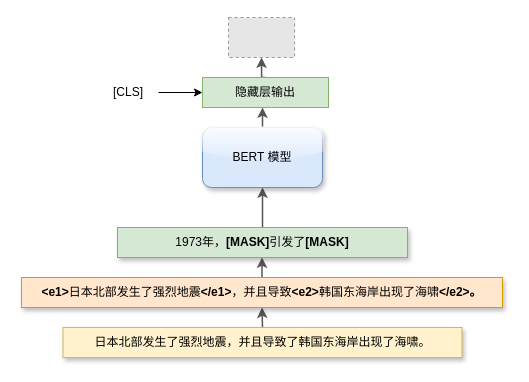
Earlier version of the draw.io diagram page "模糊-Mask" (3 of 14) of 2.drawio (JiaXinLI98/myProject). Source tidied: cells renumbered, new cells numbered last; positions are measured from the earlier drawing's top-left corner, leaving out a move shared by most shapes. Both pictures are drawn from the tidied source at 100%, with x=0, y=0 at pixel (21, 17). Pictures stored in the file or linked from it are replaced by grey dashed boxes.
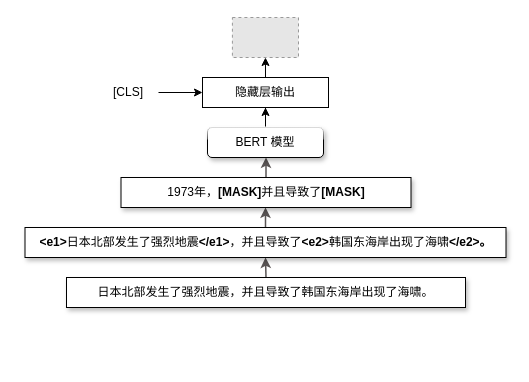
The same diagram, later.

Change to the diagram source:
```diff
@@
 <mxGraphModel>
   <root>
     <mxCell id="0" />
     <mxCell id="1" parent="0" />
     <mxCell id="2" style="edgeStyle=orthogonalEdgeStyle;rounded=0;jettySize=auto;html=1;exitX=0.5;exitY=0;exitDx=0;exitDy=0;entryX=0.5;entryY=1;entryDx=0;entryDy=0;strokeWidth=1.5;strokeColor=#595454;" parent="1" edge="1" source="3" target="5">
       <mxGeometry relative="1" as="geometry" />
     </mxCell>
-    <mxCell id="3" value="日本北部发生了强烈地震，并且导致了韩国东海岸出现了海啸。" style="rounded=0;whiteSpace=wrap;html=1;shadow=1;strokeColor=#d6b656;fillColor=#fff2cc;" parent="1" vertex="1">
-      <mxGeometry x="41.5" y="310" width="399" height="30" as="geometry" />
+    <mxCell id="3" value="日本北部发生了强烈地震，并且导致了韩国东海岸出现了海啸。" style="rounded=0;whiteSpace=wrap;html=1;shadow=1;" parent="1" vertex="1">
+      <mxGeometry x="45" y="260" width="399" height="30" as="geometry" />
     </mxCell>
     <mxCell id="4" style="edgeStyle=orthogonalEdgeStyle;rounded=0;jettySize=auto;html=1;exitX=0.5;exitY=0;exitDx=0;exitDy=0;strokeWidth=1.5;strokeColor=#595454;" parent="1" edge="1" source="5" target="7">
       <mxGeometry relative="1" as="geometry" />
     </mxCell>
-    <mxCell id="5" value="&lt;b&gt;&amp;lt;e1&amp;gt;&lt;/b&gt;日本北部发生了强烈地震&lt;b&gt;&amp;lt;/e1&amp;gt;&lt;/b&gt;，并且导致&lt;b&gt;&amp;lt;e2&amp;gt;&lt;/b&gt;韩国东海岸出现了海啸&lt;b&gt;&amp;lt;/e2&amp;gt;。&lt;/b&gt;" style="rounded=0;whiteSpace=wrap;html=1;shadow=1;strokeColor=#d79b00;fillColor=#ffe6cc;" parent="1" vertex="1">
-      <mxGeometry y="260" width="481" height="30" as="geometry" />
+    <mxCell id="5" value="&lt;b&gt;&amp;lt;e1&amp;gt;&lt;/b&gt;日本北部发生了强烈地震&lt;b&gt;&amp;lt;/e1&amp;gt;&lt;/b&gt;，并且导致了&lt;b&gt;&amp;lt;e2&amp;gt;&lt;/b&gt;韩国东海岸出现了海啸&lt;b&gt;&amp;lt;/e2&amp;gt;。&lt;/b&gt;" style="rounded=0;whiteSpace=wrap;html=1;shadow=1;" parent="1" vertex="1">
+      <mxGeometry x="3.5" y="210" width="481" height="30" as="geometry" />
     </mxCell>
     <mxCell id="6" style="edgeStyle=orthogonalEdgeStyle;rounded=0;jettySize=auto;html=1;entryX=0.5;entryY=1;entryDx=0;entryDy=0;strokeWidth=1.5;strokeColor=#595454;" parent="1" edge="1" source="7" target="9">
       <mxGeometry relative="1" as="geometry" />
     </mxCell>
-    <mxCell id="7" value="1973年，&lt;b&gt;[MASK]&lt;/b&gt;引发了&lt;b&gt;[MASK]&lt;/b&gt;" style="rounded=0;whiteSpace=wrap;html=1;shadow=1;strokeColor=#82b366;fillColor=#d5e8d4;" parent="1" vertex="1">
-      <mxGeometry x="96" y="210" width="290" height="30" as="geometry" />
+    <mxCell id="7" value="1973年，&lt;b&gt;[MASK]&lt;/b&gt;并且导致了&lt;b&gt;[MASK]&lt;/b&gt;" style="rounded=0;whiteSpace=wrap;html=1;shadow=1;" parent="1" vertex="1">
+      <mxGeometry x="99.5" y="160" width="290" height="30" as="geometry" />
     </mxCell>
-    <mxCell id="8" style="edgeStyle=orthogonalEdgeStyle;rounded=0;jettySize=auto;html=1;strokeWidth=1.5;strokeColor=#595454;" parent="1" edge="1" source="9">
-      <mxGeometry relative="1" as="geometry">
-        <mxPoint x="241" y="90" as="targetPoint" />
-      </mxGeometry>
-    </mxCell>
+    <mxCell id="15" style="edgeStyle=orthogonalEdgeStyle;rounded=0;jettySize=auto;html=1;entryX=0.5;entryY=1;entryDx=0;entryDy=0;" parent="1" edge="1" source="9" target="11">
+      <mxGeometry relative="1" as="geometry" />
+    </mxCell>
-    <mxCell id="9" value="BERT 模型" style="rounded=1;whiteSpace=wrap;html=1;glass=1;shadow=1;fillColor=#dae8fc;strokeColor=#6c8ebf;" parent="1" vertex="1">
-      <mxGeometry x="181" y="110" width="120" height="60" as="geometry" />
+    <mxCell id="9" value="BERT 模型" style="rounded=1;whiteSpace=wrap;html=1;glass=1;shadow=1;" parent="1" vertex="1">
+      <mxGeometry x="186" y="110" width="116" height="30" as="geometry" />
     </mxCell>
-    <mxCell id="10" style="edgeStyle=orthogonalEdgeStyle;rounded=0;jettySize=auto;html=1;exitX=0.5;exitY=0;exitDx=0;exitDy=0;entryX=0.5;entryY=1;entryDx=0;entryDy=0;strokeWidth=1.5;strokeColor=#595454;" parent="1" edge="1" source="11" target="14">
+    <mxCell id="10" style="rounded=0;jettySize=auto;html=1;exitX=0.5;exitY=0;exitDx=0;exitDy=0;" parent="1" edge="1" source="11" target="14">
       <mxGeometry relative="1" as="geometry" />
     </mxCell>
-    <mxCell id="11" value="隐藏层输出" style="rounded=0;whiteSpace=wrap;html=1;strokeColor=#82b366;fillColor=#d5e8d4;" parent="1" vertex="1">
+    <mxCell id="11" value="隐藏层输出" style="rounded=0;whiteSpace=wrap;html=1;" parent="1" vertex="1">
       <mxGeometry x="181" y="60" width="126" height="30" as="geometry" />
     </mxCell>
     <mxCell id="12" style="edgeStyle=orthogonalEdgeStyle;rounded=0;jettySize=auto;html=1;entryX=0;entryY=0.5;entryDx=0;entryDy=0;" parent="1" edge="1" source="13" target="11">
       <mxGeometry relative="1" as="geometry" />
     </mxCell>
     <mxCell id="13" value="[CLS]" style="text;html=1;strokeColor=none;fillColor=none;align=center;verticalAlign=middle;whiteSpace=wrap;rounded=0;" parent="1" vertex="1">
       <mxGeometry x="77" y="60" width="60" height="30" as="geometry" />
     </mxCell>
     <mxCell id="14" style="fillColor=#E6E6E6;strokeColor=#999999;dashed=1;verticalLabelPosition=bottom;labelBackgroundColor=default;verticalAlign=top;" parent="1" vertex="1">
-      <mxGeometry x="207" width="66.1" height="40" as="geometry" />
+      <mxGeometry x="210.9" width="66.1" height="40" as="geometry" />
     </mxCell>
   </root>
 </mxGraphModel>
```
